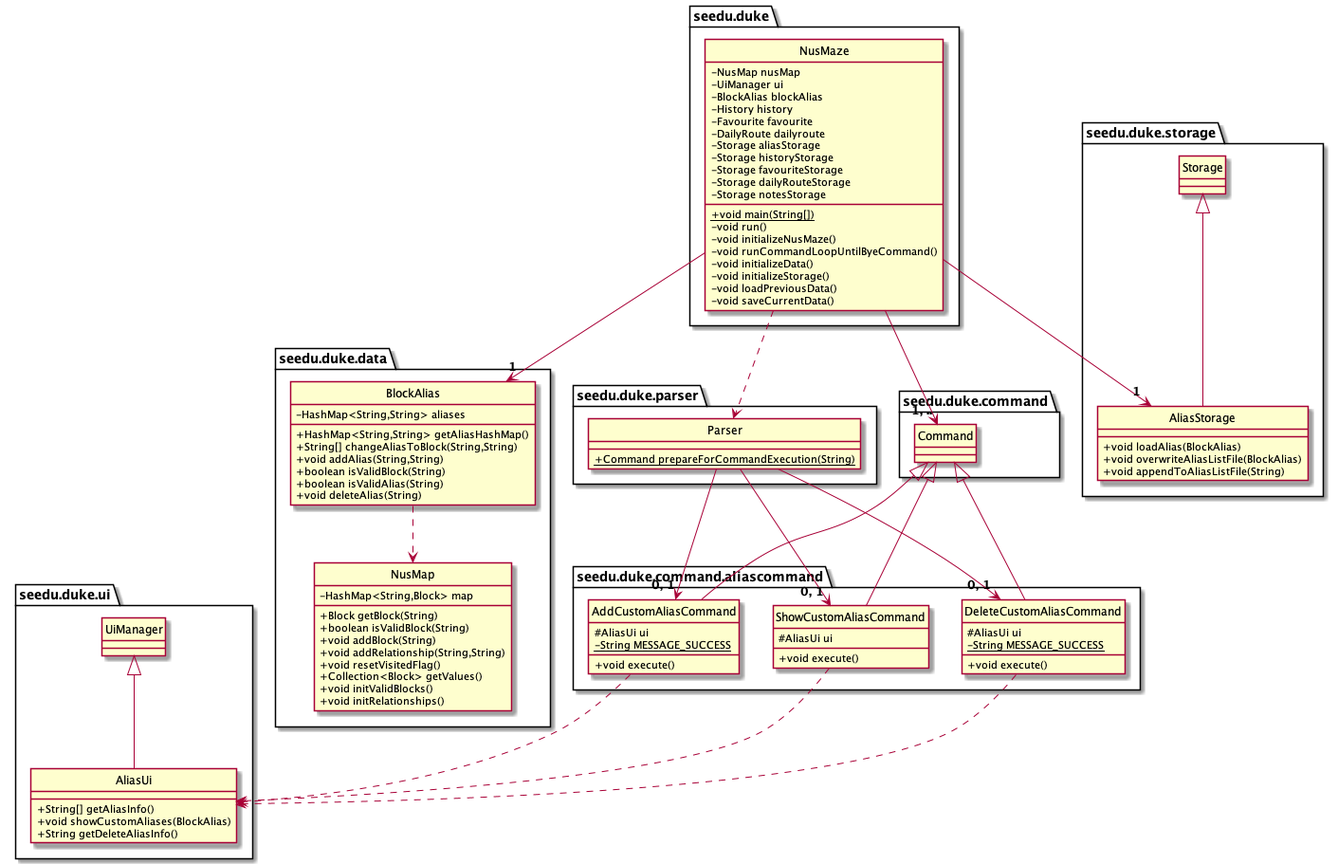
Above: docs/images/AliasFeature.png in nus-cs2113-AY2021S2/tp (PlantUML), before the change.
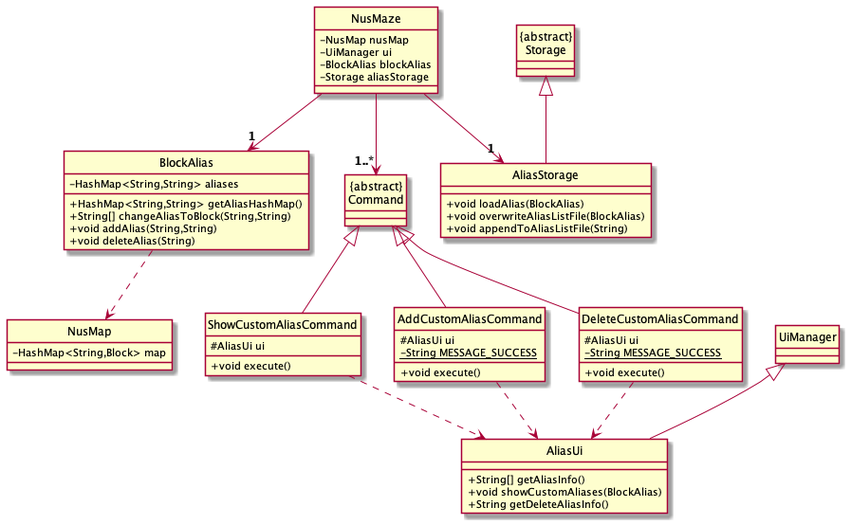
After the change.

What changed in the source:
```diff
@@ -2,96 +2,63 @@
 hide circle
 skinparam classAttributeIconSize 0
 
-class seedu.duke.command.aliascommand.ShowCustomAliasCommand {
+class ShowCustomAliasCommand {
 # AliasUi ui
 + void execute()
 }
-class seedu.duke.command.aliascommand.AddCustomAliasCommand {
+class AddCustomAliasCommand {
 # AliasUi ui
 - {static} String MESSAGE_SUCCESS
 + void execute()
 }
-class seedu.duke.data.BlockAlias {
+class BlockAlias {
 - HashMap<String,String> aliases
 + HashMap<String,String> getAliasHashMap()
 + String[] changeAliasToBlock(String,String)
 + void addAlias(String,String)
-+ boolean isValidBlock(String)
-+ boolean isValidAlias(String)
 + void deleteAlias(String)
 }
-class seedu.duke.data.NusMap {
+class NusMap {
 - HashMap<String,Block> map
-+ Block getBlock(String)
-+ boolean isValidBlock(String)
-+ void addBlock(String)
-+ void addRelationship(String,String)
-+ void resetVisitedFlag()
-+ Collection<Block> getValues()
-+ void initValidBlocks()
-+ void initRelationships()
 }
-class seedu.duke.NusMaze {
+class NusMaze {
 - NusMap nusMap
 - UiManager ui
 - BlockAlias blockAlias
-- History history
-- Favourite favourite
-- DailyRoute dailyroute
 - Storage aliasStorage
-- Storage historyStorage
-- Storage favouriteStorage
-- Storage dailyRouteStorage
-- Storage notesStorage
-+ {static} void main(String[])
-- void run()
-- void initializeNusMaze()
-- void runCommandLoopUntilByeCommand()
-- void initializeData()
-- void initializeStorage()
-- void loadPreviousData()
-- void saveCurrentData()
 }
-class seedu.duke.command.aliascommand.DeleteCustomAliasCommand {
+class DeleteCustomAliasCommand {
 # AliasUi ui
 - {static} String MESSAGE_SUCCESS
 + void execute()
 }
-class seedu.duke.parser.Parser {
-+ {static} Command prepareForCommandExecution(String)
-}
-class seedu.duke.storage.AliasStorage {
+class AliasStorage {
 + void loadAlias(BlockAlias)
 + void overwriteAliasListFile(BlockAlias)
 + void appendToAliasListFile(String)
 }
-class seedu.duke.ui.AliasUi {
+class AliasUi {
 + String[] getAliasInfo()
 + void showCustomAliases(BlockAlias)
 + String getDeleteAliasInfo()
 }
 
 
-seedu.duke.command.Command <|-- seedu.duke.command.aliascommand.ShowCustomAliasCommand
-seedu.duke.command.Command <|-- seedu.duke.command.aliascommand.AddCustomAliasCommand
-seedu.duke.command.Command <|-- seedu.duke.command.aliascommand.DeleteCustomAliasCommand
-seedu.duke.storage.Storage <|-- seedu.duke.storage.AliasStorage
-seedu.duke.ui.UiManager <|-- seedu.duke.ui.AliasUi
+"{abstract}\nCommand" <|-- ShowCustomAliasCommand
+"{abstract}\nCommand" <|-- AddCustomAliasCommand
+"{abstract}\nCommand" <|-- DeleteCustomAliasCommand
+"{abstract}\nStorage" <|-- AliasStorage
+UiManager <|-- AliasUi
 
-seedu.duke.NusMaze --> "**1, ..**" seedu.duke.command.Command
+NusMaze --> "**1..***" "{abstract}\nCommand"
 
-seedu.duke.parser.Parser --> "**0, 1**" seedu.duke.command.aliascommand.DeleteCustomAliasCommand
-seedu.duke.parser.Parser --> "**0, 1**" seedu.duke.command.aliascommand.AddCustomAliasCommand
-seedu.duke.parser.Parser --> "**0, 1**" seedu.duke.command.aliascommand.ShowCustomAliasCommand
+DeleteCustomAliasCommand ..> AliasUi
+AddCustomAliasCommand ..> AliasUi
+ShowCustomAliasCommand ..> AliasUi
 
-seedu.duke.command.aliascommand.DeleteCustomAliasCommand ..> seedu.duke.ui.AliasUi
-seedu.duke.command.aliascommand.AddCustomAliasCommand ..> seedu.duke.ui.AliasUi
-seedu.duke.command.aliascommand.ShowCustomAliasCommand ..> seedu.duke.ui.AliasUi
+NusMaze --> "**1**" BlockAlias
+NusMaze --> "**1**" AliasStorage
 
-seedu.duke.NusMaze --> "**1**" seedu.duke.data.BlockAlias
-seedu.duke.NusMaze ..> seedu.duke.parser.Parser
-seedu.duke.NusMaze --> "**1**" seedu.duke.storage.AliasStorage
-
-seedu.duke.data.BlockAlias ..> seedu.duke.data.NusMap
+BlockAlias ..> NusMap
 
 @enduml
```
